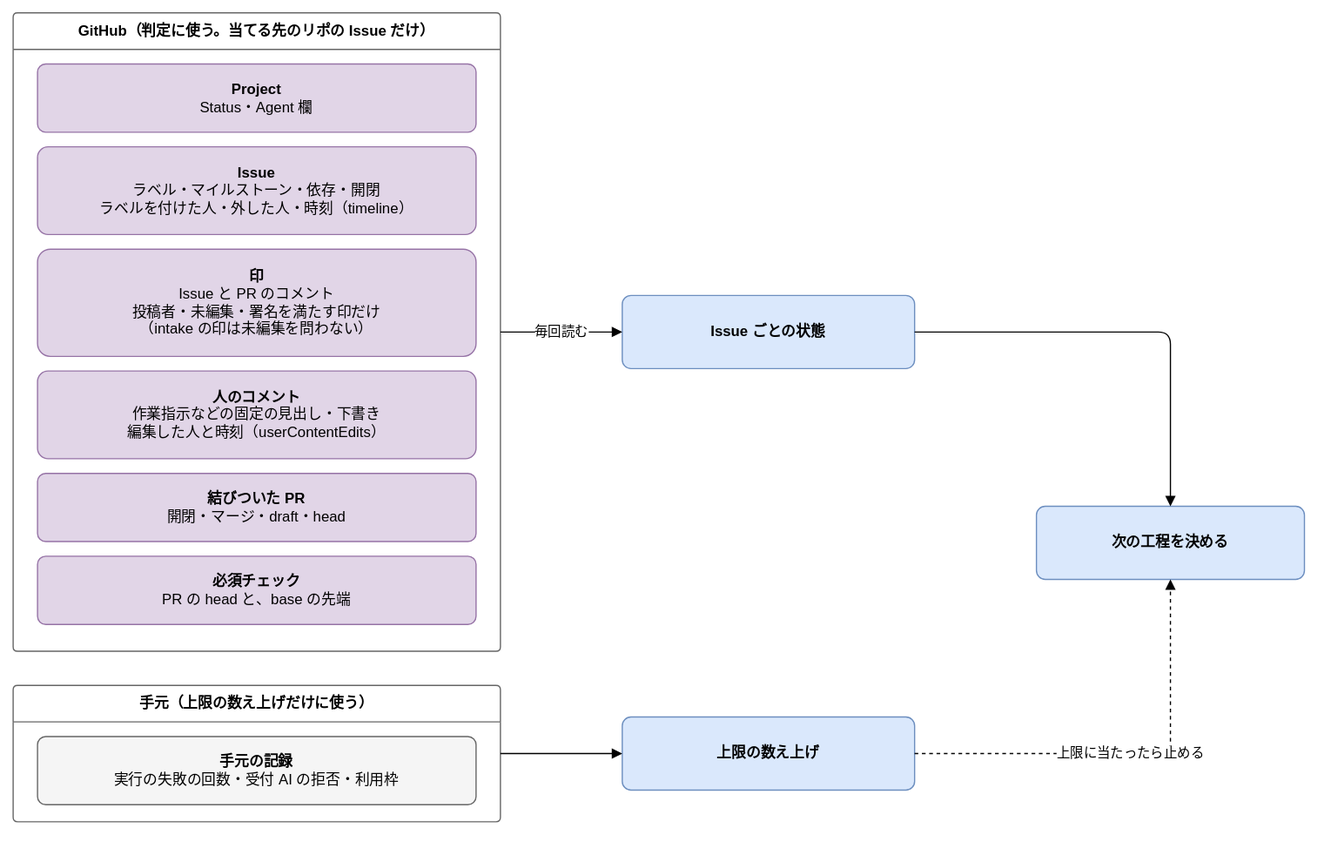
The draw.io diagram docs/design/basic/diagrams/02-state-assembly.drawio.svg in Joymerrevent/dev-autopilot, before a commit. Source tidied: cells renumbered, new cells last; positions are measured from the earlier drawing's top-left corner, leaving out a move shared by most shapes.
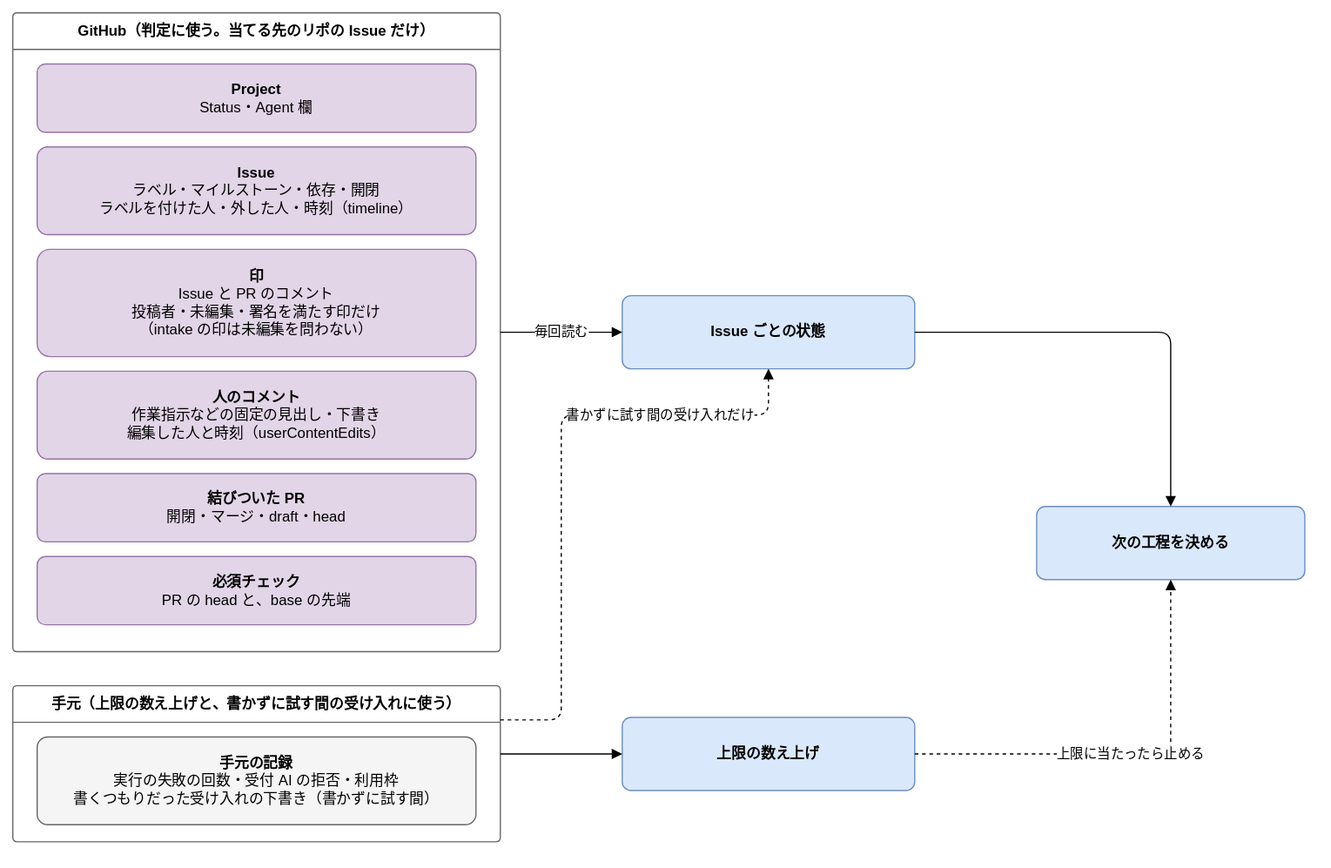
Later version of the same file.

What changed in the source:
```diff
@@ -23,11 +23,11 @@
     <mxCell id="8" value="&lt;b&gt;必須チェック&lt;/b&gt;&lt;br&gt;PR の head と、base の先端" style="rounded=1;whiteSpace=wrap;html=1;fontSize=12;arcSize=12;spacing=12;fillColor=#e1d5e7;strokeColor=#9673a6;" parent="2" vertex="1">
       <mxGeometry x="20" y="446" width="360" height="56" as="geometry" />
     </mxCell>
-    <mxCell id="9" value="手元（上限の数え上げだけに使う）" style="swimlane;startSize=30;html=1;whiteSpace=wrap;rounded=1;arcSize=4;fontStyle=1;fontSize=12;strokeColor=#666666;fillColor=none;swimlaneFillColor=none;" parent="1" vertex="1">
-      <mxGeometry y="552" width="400" height="112" as="geometry" />
+    <mxCell id="9" value="手元（上限の数え上げと、書かずに試す間の受け入れに使う）" style="swimlane;startSize=30;html=1;whiteSpace=wrap;rounded=1;arcSize=4;fontStyle=1;fontSize=12;strokeColor=#666666;fillColor=none;swimlaneFillColor=none;" parent="1" vertex="1">
+      <mxGeometry y="552" width="400" height="128" as="geometry" />
     </mxCell>
-    <mxCell id="10" value="&lt;b&gt;手元の記録&lt;/b&gt;&lt;br&gt;実行の失敗の回数・受付 AI の拒否・利用枠" style="rounded=1;whiteSpace=wrap;html=1;fontSize=12;arcSize=12;spacing=12;fillColor=#f5f5f5;strokeColor=#666666;" parent="9" vertex="1">
-      <mxGeometry x="20" y="42" width="360" height="56" as="geometry" />
+    <mxCell id="10" value="&lt;b&gt;手元の記録&lt;/b&gt;&lt;br&gt;実行の失敗の回数・受付 AI の拒否・利用枠&lt;br&gt;書くつもりだった受け入れの下書き（書かずに試す間）" style="rounded=1;whiteSpace=wrap;html=1;fontSize=12;arcSize=12;spacing=12;fillColor=#f5f5f5;strokeColor=#666666;" parent="9" vertex="1">
+      <mxGeometry x="20" y="42" width="360" height="72" as="geometry" />
     </mxCell>
     <mxCell id="11" value="&lt;b&gt;Issue ごとの状態&lt;/b&gt;" style="rounded=1;whiteSpace=wrap;html=1;fontSize=12;arcSize=12;spacing=12;fillColor=#dae8fc;strokeColor=#6c8ebf;" parent="1" vertex="1">
       <mxGeometry x="500" y="232" width="240" height="60" as="geometry" />
@@ -41,7 +41,7 @@
     <mxCell id="14" value="毎回読む" style="edgeStyle=orthogonalEdgeStyle;rounded=1;html=1;endArrow=block;endFill=1;fontSize=11;labelBackgroundColor=#ffffff;exitX=1;exitY=0.5;exitDx=0;exitDy=0;entryX=0;entryY=0.5;entryDx=0;entryDy=0;" parent="1" edge="1" source="2" target="11">
       <mxGeometry relative="1" as="geometry" />
     </mxCell>
-    <mxCell id="15" style="edgeStyle=orthogonalEdgeStyle;rounded=1;html=1;endArrow=block;endFill=1;fontSize=11;labelBackgroundColor=#ffffff;exitX=1;exitY=0.5;exitDx=0;exitDy=0;entryX=0;entryY=0.5;entryDx=0;entryDy=0;" parent="1" edge="1" source="9" target="12">
+    <mxCell id="15" style="edgeStyle=orthogonalEdgeStyle;rounded=1;html=1;endArrow=block;endFill=1;fontSize=11;labelBackgroundColor=#ffffff;exitX=1;exitY=0.4375;exitDx=0;exitDy=0;entryX=0;entryY=0.5;entryDx=0;entryDy=0;" parent="1" edge="1" source="9" target="12">
       <mxGeometry relative="1" as="geometry" />
     </mxCell>
     <mxCell id="16" style="edgeStyle=orthogonalEdgeStyle;rounded=1;html=1;endArrow=block;endFill=1;fontSize=11;labelBackgroundColor=#ffffff;exitX=1;exitY=0.5;exitDx=0;exitDy=0;entryX=0.5;entryY=0;entryDx=0;entryDy=0;" parent="1" edge="1" source="11" target="13">
@@ -50,5 +50,14 @@
     <mxCell id="17" value="上限に当たったら止める" style="edgeStyle=orthogonalEdgeStyle;rounded=1;html=1;endArrow=block;endFill=1;fontSize=11;labelBackgroundColor=#ffffff;dashed=1;exitX=1;exitY=0.5;exitDx=0;exitDy=0;entryX=0.5;entryY=1;entryDx=0;entryDy=0;" parent="1" edge="1" source="12" target="13">
       <mxGeometry relative="1" as="geometry" />
     </mxCell>
+    <mxCell id="18" value="書かずに試す間の受け入れだけ" style="edgeStyle=orthogonalEdgeStyle;rounded=1;html=1;endArrow=block;endFill=1;fontSize=11;labelBackgroundColor=#ffffff;dashed=1;exitX=1;exitY=0.21875;exitDx=0;exitDy=0;entryX=0.5;entryY=1;entryDx=0;entryDy=0;" parent="1" edge="1" source="9" target="11">
+      <mxGeometry x="0.5" relative="1" as="geometry">
+        <Array as="points">
+          <mxPoint x="450" y="580" />
+          <mxPoint x="450" y="330" />
+          <mxPoint x="620" y="330" />
+        </Array>
+      </mxGeometry>
+    </mxCell>
   </root>
 </mxGraphModel>
```
